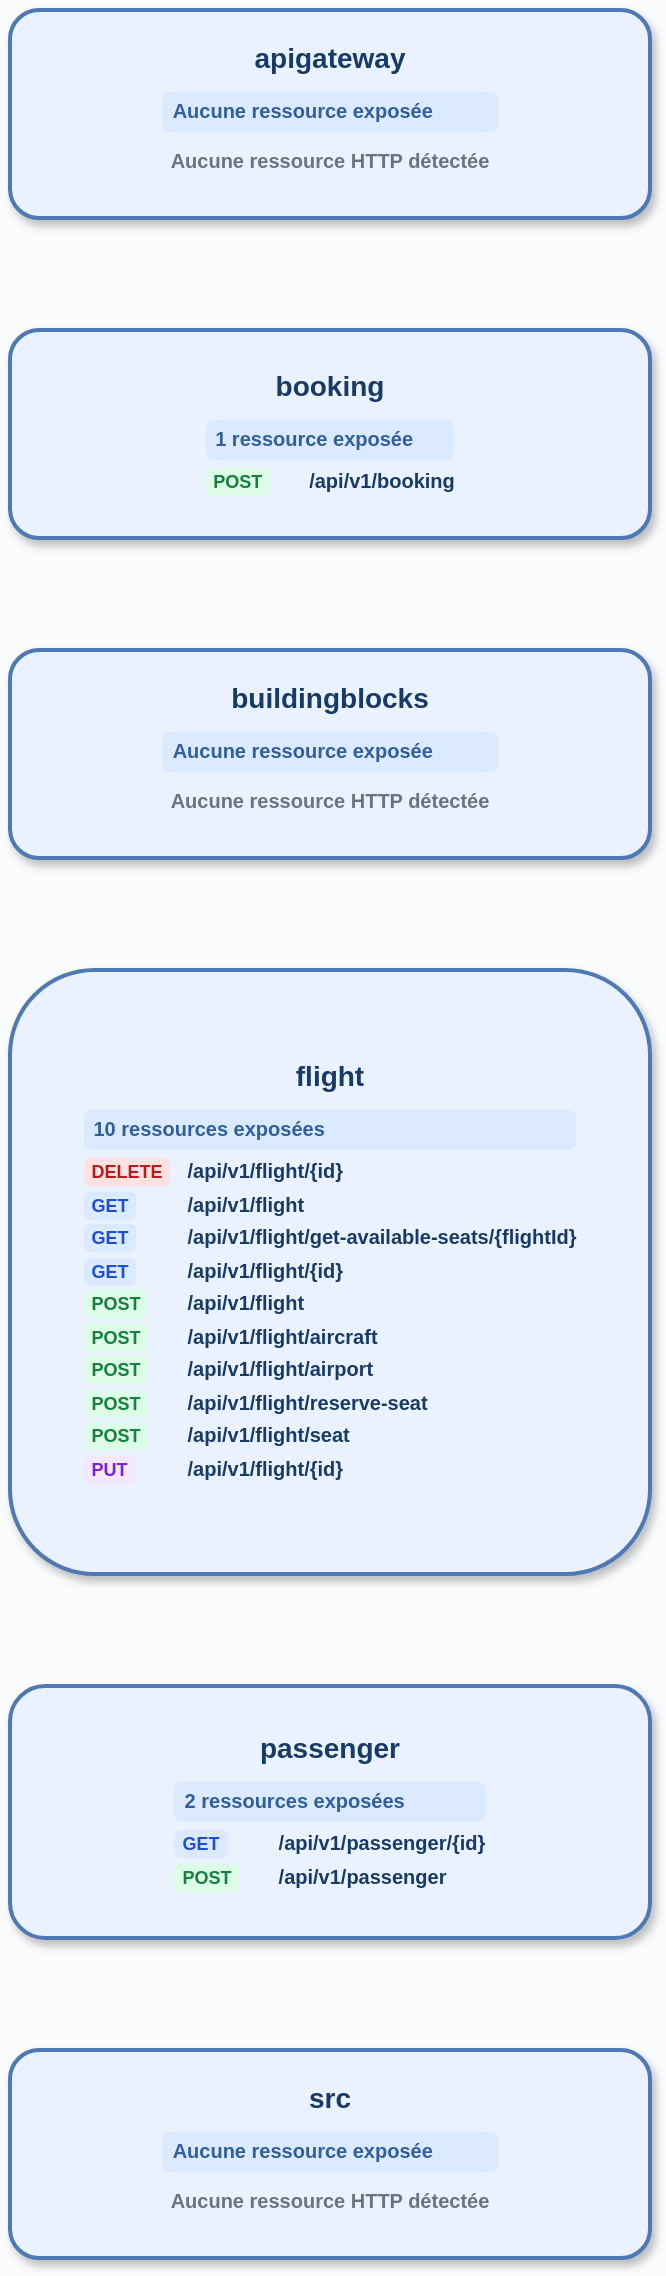
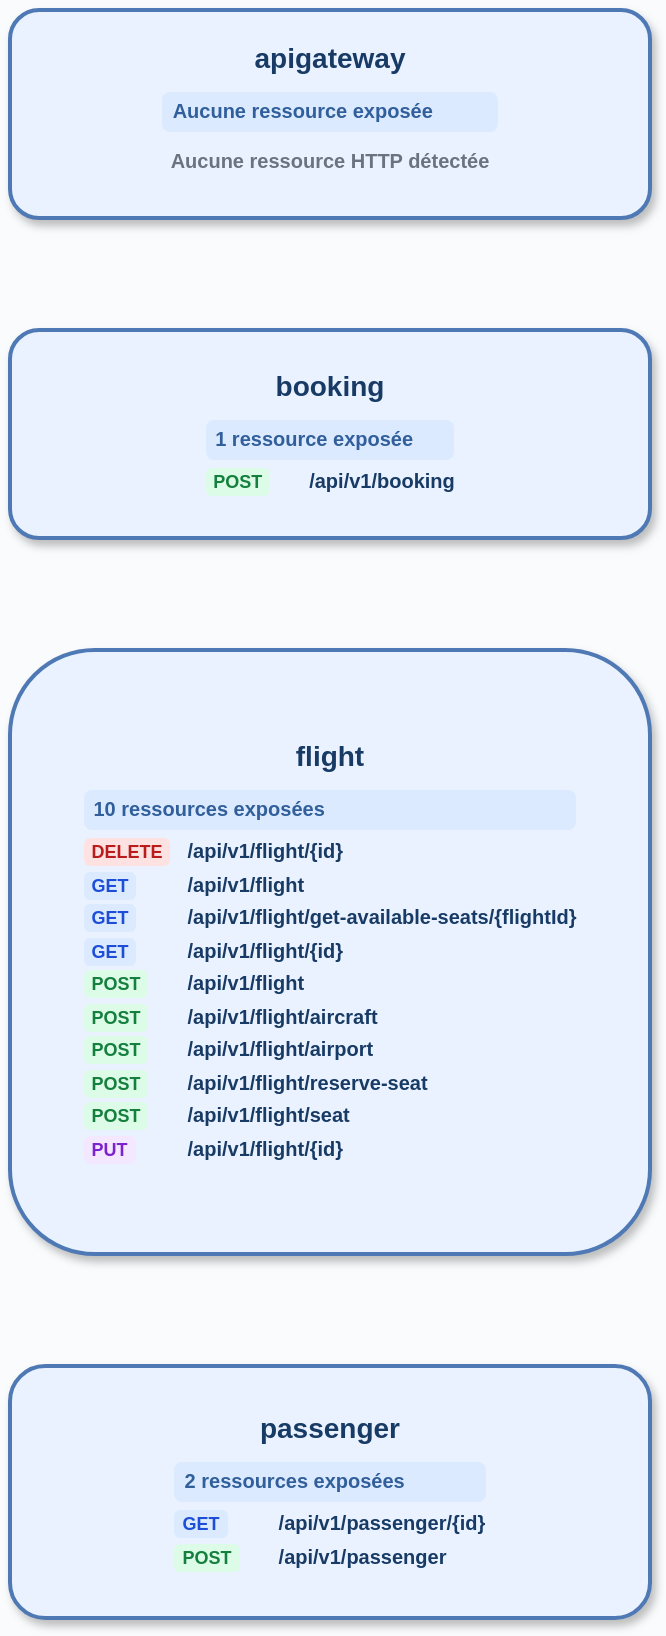
<?xml version="1.0" encoding="UTF-8"?>
<mxfile host="cccr">
  <diagram name="cccr graph" id="cccr-graph">
    <mxGraphModel dx="1200" dy="800" grid="1" gridSize="10" guides="1" tooltips="1" connect="1" arrows="1" fold="1" page="0" pageScale="1" pageWidth="1169" pageHeight="827" background="#fafbfc" math="0" shadow="0">
      <root>
        <mxCell id="0" />
        <mxCell id="1" parent="0" />
        <mxCell id="node-0" value='&lt;div style="text-align:left;line-height:1.25;"&gt;&lt;div style="text-align:center;font-size:14px;color:#183b66;"&gt;&lt;b&gt;apigateway&lt;/b&gt;&lt;/div&gt;&lt;div style="margin-top:7px;padding:4px 5px;background-color:#dbeafe;color:#315f9b;font-size:10px;font-weight:bold;border-radius:4px;"&gt;Aucune ressource exposée&lt;/div&gt;&lt;table style="width:100%;margin-top:3px;font-size:10px;border-collapse:collapse;"&gt;&lt;tr&gt;&lt;td colspan="2" style="padding:6px 4px;color:#6b7280;"&gt;Aucune ressource HTTP détectée&lt;/td&gt;&lt;/tr&gt;&lt;/table&gt;&lt;/div&gt;' style="rounded=1;arcSize=14;whiteSpace=wrap;html=1;fillColor=#eaf2ff;strokeColor=#4f79b5;strokeWidth=2;fontColor=#183b66;fontSize=14;fontStyle=1;shadow=1;spacingLeft=12;spacingRight=12;" vertex="1" parent="1"><mxGeometry x="24" y="24" width="320" height="104" as="geometry" /></mxCell>
        <mxCell id="node-1" value='&lt;div style="text-align:left;line-height:1.25;"&gt;&lt;div style="text-align:center;font-size:14px;color:#183b66;"&gt;&lt;b&gt;booking&lt;/b&gt;&lt;/div&gt;&lt;div style="margin-top:7px;padding:4px 5px;background-color:#dbeafe;color:#315f9b;font-size:10px;font-weight:bold;border-radius:4px;"&gt;1 ressource exposée&lt;/div&gt;&lt;table style="width:100%;margin-top:3px;font-size:10px;border-collapse:collapse;"&gt;&lt;tr&gt;&lt;td style="padding:2px 5px 2px 0;width:47px;"&gt;&lt;span style="background-color:#dcfce7;color:#15803d;font-weight:bold;font-size:9px;padding:2px 4px;border-radius:3px;"&gt;POST&lt;/span&gt;&lt;/td&gt;&lt;td style="padding:2px 0;color:#183b66;"&gt;/api/v1/booking&lt;/td&gt;&lt;/tr&gt;&lt;/table&gt;&lt;/div&gt;' style="rounded=1;arcSize=14;whiteSpace=wrap;html=1;fillColor=#eaf2ff;strokeColor=#4f79b5;strokeWidth=2;fontColor=#183b66;fontSize=14;fontStyle=1;shadow=1;spacingLeft=12;spacingRight=12;" vertex="1" parent="1"><mxGeometry x="24" y="184" width="320" height="104" as="geometry" /></mxCell>
-         <mxCell id="node-2" value='&lt;div style="text-align:left;line-height:1.25;"&gt;&lt;div style="text-align:center;font-size:14px;color:#183b66;"&gt;&lt;b&gt;buildingblocks&lt;/b&gt;&lt;/div&gt;&lt;div style="margin-top:7px;padding:4px 5px;background-color:#dbeafe;color:#315f9b;font-size:10px;font-weight:bold;border-radius:4px;"&gt;Aucune ressource exposée&lt;/div&gt;&lt;table style="width:100%;margin-top:3px;font-size:10px;border-collapse:collapse;"&gt;&lt;tr&gt;&lt;td colspan="2" style="padding:6px 4px;color:#6b7280;"&gt;Aucune ressource HTTP détectée&lt;/td&gt;&lt;/tr&gt;&lt;/table&gt;&lt;/div&gt;' style="rounded=1;arcSize=14;whiteSpace=wrap;html=1;fillColor=#eaf2ff;strokeColor=#4f79b5;strokeWidth=2;fontColor=#183b66;fontSize=14;fontStyle=1;shadow=1;spacingLeft=12;spacingRight=12;" vertex="1" parent="1"><mxGeometry x="24" y="344" width="320" height="104" as="geometry" /></mxCell>
-         <mxCell id="node-3" value='&lt;div style="text-align:left;line-height:1.25;"&gt;&lt;div style="text-align:center;font-size:14px;color:#183b66;"&gt;&lt;b&gt;flight&lt;/b&gt;&lt;/div&gt;&lt;div style="margin-top:7px;padding:4px 5px;background-color:#dbeafe;color:#315f9b;font-size:10px;font-weight:bold;border-radius:4px;"&gt;10 ressources exposées&lt;/div&gt;&lt;table style="width:100%;margin-top:3px;font-size:10px;border-collapse:collapse;"&gt;&lt;tr&gt;&lt;td style="padding:2px 5px 2px 0;width:47px;"&gt;&lt;span style="background-color:#fee2e2;color:#b91c1c;font-weight:bold;font-size:9px;padding:2px 4px;border-radius:3px;"&gt;DELETE&lt;/span&gt;&lt;/td&gt;&lt;td style="padding:2px 0;color:#183b66;"&gt;/api/v1/flight/{id}&lt;/td&gt;&lt;/tr&gt;&lt;tr&gt;&lt;td style="padding:2px 5px 2px 0;width:47px;"&gt;&lt;span style="background-color:#dbeafe;color:#1d4ed8;font-weight:bold;font-size:9px;padding:2px 4px;border-radius:3px;"&gt;GET&lt;/span&gt;&lt;/td&gt;&lt;td style="padding:2px 0;color:#183b66;"&gt;/api/v1/flight&lt;/td&gt;&lt;/tr&gt;&lt;tr&gt;&lt;td style="padding:2px 5px 2px 0;width:47px;"&gt;&lt;span style="background-color:#dbeafe;color:#1d4ed8;font-weight:bold;font-size:9px;padding:2px 4px;border-radius:3px;"&gt;GET&lt;/span&gt;&lt;/td&gt;&lt;td style="padding:2px 0;color:#183b66;"&gt;/api/v1/flight/get-available-seats/{flightId}&lt;/td&gt;&lt;/tr&gt;&lt;tr&gt;&lt;td style="padding:2px 5px 2px 0;width:47px;"&gt;&lt;span style="background-color:#dbeafe;color:#1d4ed8;font-weight:bold;font-size:9px;padding:2px 4px;border-radius:3px;"&gt;GET&lt;/span&gt;&lt;/td&gt;&lt;td style="padding:2px 0;color:#183b66;"&gt;/api/v1/flight/{id}&lt;/td&gt;&lt;/tr&gt;&lt;tr&gt;&lt;td style="padding:2px 5px 2px 0;width:47px;"&gt;&lt;span style="background-color:#dcfce7;color:#15803d;font-weight:bold;font-size:9px;padding:2px 4px;border-radius:3px;"&gt;POST&lt;/span&gt;&lt;/td&gt;&lt;td style="padding:2px 0;color:#183b66;"&gt;/api/v1/flight&lt;/td&gt;&lt;/tr&gt;&lt;tr&gt;&lt;td style="padding:2px 5px 2px 0;width:47px;"&gt;&lt;span style="background-color:#dcfce7;color:#15803d;font-weight:bold;font-size:9px;padding:2px 4px;border-radius:3px;"&gt;POST&lt;/span&gt;&lt;/td&gt;&lt;td style="padding:2px 0;color:#183b66;"&gt;/api/v1/flight/aircraft&lt;/td&gt;&lt;/tr&gt;&lt;tr&gt;&lt;td style="padding:2px 5px 2px 0;width:47px;"&gt;&lt;span style="background-color:#dcfce7;color:#15803d;font-weight:bold;font-size:9px;padding:2px 4px;border-radius:3px;"&gt;POST&lt;/span&gt;&lt;/td&gt;&lt;td style="padding:2px 0;color:#183b66;"&gt;/api/v1/flight/airport&lt;/td&gt;&lt;/tr&gt;&lt;tr&gt;&lt;td style="padding:2px 5px 2px 0;width:47px;"&gt;&lt;span style="background-color:#dcfce7;color:#15803d;font-weight:bold;font-size:9px;padding:2px 4px;border-radius:3px;"&gt;POST&lt;/span&gt;&lt;/td&gt;&lt;td style="padding:2px 0;color:#183b66;"&gt;/api/v1/flight/reserve-seat&lt;/td&gt;&lt;/tr&gt;&lt;tr&gt;&lt;td style="padding:2px 5px 2px 0;width:47px;"&gt;&lt;span style="background-color:#dcfce7;color:#15803d;font-weight:bold;font-size:9px;padding:2px 4px;border-radius:3px;"&gt;POST&lt;/span&gt;&lt;/td&gt;&lt;td style="padding:2px 0;color:#183b66;"&gt;/api/v1/flight/seat&lt;/td&gt;&lt;/tr&gt;&lt;tr&gt;&lt;td style="padding:2px 5px 2px 0;width:47px;"&gt;&lt;span style="background-color:#f3e8ff;color:#7e22ce;font-weight:bold;font-size:9px;padding:2px 4px;border-radius:3px;"&gt;PUT&lt;/span&gt;&lt;/td&gt;&lt;td style="padding:2px 0;color:#183b66;"&gt;/api/v1/flight/{id}&lt;/td&gt;&lt;/tr&gt;&lt;/table&gt;&lt;/div&gt;' style="rounded=1;arcSize=14;whiteSpace=wrap;html=1;fillColor=#eaf2ff;strokeColor=#4f79b5;strokeWidth=2;fontColor=#183b66;fontSize=14;fontStyle=1;shadow=1;spacingLeft=12;spacingRight=12;" vertex="1" parent="1"><mxGeometry x="24" y="504" width="320" height="302" as="geometry" /></mxCell>
-         <mxCell id="node-4" value='&lt;div style="text-align:left;line-height:1.25;"&gt;&lt;div style="text-align:center;font-size:14px;color:#183b66;"&gt;&lt;b&gt;passenger&lt;/b&gt;&lt;/div&gt;&lt;div style="margin-top:7px;padding:4px 5px;background-color:#dbeafe;color:#315f9b;font-size:10px;font-weight:bold;border-radius:4px;"&gt;2 ressources exposées&lt;/div&gt;&lt;table style="width:100%;margin-top:3px;font-size:10px;border-collapse:collapse;"&gt;&lt;tr&gt;&lt;td style="padding:2px 5px 2px 0;width:47px;"&gt;&lt;span style="background-color:#dbeafe;color:#1d4ed8;font-weight:bold;font-size:9px;padding:2px 4px;border-radius:3px;"&gt;GET&lt;/span&gt;&lt;/td&gt;&lt;td style="padding:2px 0;color:#183b66;"&gt;/api/v1/passenger/{id}&lt;/td&gt;&lt;/tr&gt;&lt;tr&gt;&lt;td style="padding:2px 5px 2px 0;width:47px;"&gt;&lt;span style="background-color:#dcfce7;color:#15803d;font-weight:bold;font-size:9px;padding:2px 4px;border-radius:3px;"&gt;POST&lt;/span&gt;&lt;/td&gt;&lt;td style="padding:2px 0;color:#183b66;"&gt;/api/v1/passenger&lt;/td&gt;&lt;/tr&gt;&lt;/table&gt;&lt;/div&gt;' style="rounded=1;arcSize=14;whiteSpace=wrap;html=1;fillColor=#eaf2ff;strokeColor=#4f79b5;strokeWidth=2;fontColor=#183b66;fontSize=14;fontStyle=1;shadow=1;spacingLeft=12;spacingRight=12;" vertex="1" parent="1"><mxGeometry x="24" y="862" width="320" height="126" as="geometry" /></mxCell>
-         <mxCell id="node-5" value='&lt;div style="text-align:left;line-height:1.25;"&gt;&lt;div style="text-align:center;font-size:14px;color:#183b66;"&gt;&lt;b&gt;src&lt;/b&gt;&lt;/div&gt;&lt;div style="margin-top:7px;padding:4px 5px;background-color:#dbeafe;color:#315f9b;font-size:10px;font-weight:bold;border-radius:4px;"&gt;Aucune ressource exposée&lt;/div&gt;&lt;table style="width:100%;margin-top:3px;font-size:10px;border-collapse:collapse;"&gt;&lt;tr&gt;&lt;td colspan="2" style="padding:6px 4px;color:#6b7280;"&gt;Aucune ressource HTTP détectée&lt;/td&gt;&lt;/tr&gt;&lt;/table&gt;&lt;/div&gt;' style="rounded=1;arcSize=14;whiteSpace=wrap;html=1;fillColor=#eaf2ff;strokeColor=#4f79b5;strokeWidth=2;fontColor=#183b66;fontSize=14;fontStyle=1;shadow=1;spacingLeft=12;spacingRight=12;" vertex="1" parent="1"><mxGeometry x="24" y="1044" width="320" height="104" as="geometry" /></mxCell>
+         <mxCell id="node-2" value='&lt;div style="text-align:left;line-height:1.25;"&gt;&lt;div style="text-align:center;font-size:14px;color:#183b66;"&gt;&lt;b&gt;flight&lt;/b&gt;&lt;/div&gt;&lt;div style="margin-top:7px;padding:4px 5px;background-color:#dbeafe;color:#315f9b;font-size:10px;font-weight:bold;border-radius:4px;"&gt;10 ressources exposées&lt;/div&gt;&lt;table style="width:100%;margin-top:3px;font-size:10px;border-collapse:collapse;"&gt;&lt;tr&gt;&lt;td style="padding:2px 5px 2px 0;width:47px;"&gt;&lt;span style="background-color:#fee2e2;color:#b91c1c;font-weight:bold;font-size:9px;padding:2px 4px;border-radius:3px;"&gt;DELETE&lt;/span&gt;&lt;/td&gt;&lt;td style="padding:2px 0;color:#183b66;"&gt;/api/v1/flight/{id}&lt;/td&gt;&lt;/tr&gt;&lt;tr&gt;&lt;td style="padding:2px 5px 2px 0;width:47px;"&gt;&lt;span style="background-color:#dbeafe;color:#1d4ed8;font-weight:bold;font-size:9px;padding:2px 4px;border-radius:3px;"&gt;GET&lt;/span&gt;&lt;/td&gt;&lt;td style="padding:2px 0;color:#183b66;"&gt;/api/v1/flight&lt;/td&gt;&lt;/tr&gt;&lt;tr&gt;&lt;td style="padding:2px 5px 2px 0;width:47px;"&gt;&lt;span style="background-color:#dbeafe;color:#1d4ed8;font-weight:bold;font-size:9px;padding:2px 4px;border-radius:3px;"&gt;GET&lt;/span&gt;&lt;/td&gt;&lt;td style="padding:2px 0;color:#183b66;"&gt;/api/v1/flight/get-available-seats/{flightId}&lt;/td&gt;&lt;/tr&gt;&lt;tr&gt;&lt;td style="padding:2px 5px 2px 0;width:47px;"&gt;&lt;span style="background-color:#dbeafe;color:#1d4ed8;font-weight:bold;font-size:9px;padding:2px 4px;border-radius:3px;"&gt;GET&lt;/span&gt;&lt;/td&gt;&lt;td style="padding:2px 0;color:#183b66;"&gt;/api/v1/flight/{id}&lt;/td&gt;&lt;/tr&gt;&lt;tr&gt;&lt;td style="padding:2px 5px 2px 0;width:47px;"&gt;&lt;span style="background-color:#dcfce7;color:#15803d;font-weight:bold;font-size:9px;padding:2px 4px;border-radius:3px;"&gt;POST&lt;/span&gt;&lt;/td&gt;&lt;td style="padding:2px 0;color:#183b66;"&gt;/api/v1/flight&lt;/td&gt;&lt;/tr&gt;&lt;tr&gt;&lt;td style="padding:2px 5px 2px 0;width:47px;"&gt;&lt;span style="background-color:#dcfce7;color:#15803d;font-weight:bold;font-size:9px;padding:2px 4px;border-radius:3px;"&gt;POST&lt;/span&gt;&lt;/td&gt;&lt;td style="padding:2px 0;color:#183b66;"&gt;/api/v1/flight/aircraft&lt;/td&gt;&lt;/tr&gt;&lt;tr&gt;&lt;td style="padding:2px 5px 2px 0;width:47px;"&gt;&lt;span style="background-color:#dcfce7;color:#15803d;font-weight:bold;font-size:9px;padding:2px 4px;border-radius:3px;"&gt;POST&lt;/span&gt;&lt;/td&gt;&lt;td style="padding:2px 0;color:#183b66;"&gt;/api/v1/flight/airport&lt;/td&gt;&lt;/tr&gt;&lt;tr&gt;&lt;td style="padding:2px 5px 2px 0;width:47px;"&gt;&lt;span style="background-color:#dcfce7;color:#15803d;font-weight:bold;font-size:9px;padding:2px 4px;border-radius:3px;"&gt;POST&lt;/span&gt;&lt;/td&gt;&lt;td style="padding:2px 0;color:#183b66;"&gt;/api/v1/flight/reserve-seat&lt;/td&gt;&lt;/tr&gt;&lt;tr&gt;&lt;td style="padding:2px 5px 2px 0;width:47px;"&gt;&lt;span style="background-color:#dcfce7;color:#15803d;font-weight:bold;font-size:9px;padding:2px 4px;border-radius:3px;"&gt;POST&lt;/span&gt;&lt;/td&gt;&lt;td style="padding:2px 0;color:#183b66;"&gt;/api/v1/flight/seat&lt;/td&gt;&lt;/tr&gt;&lt;tr&gt;&lt;td style="padding:2px 5px 2px 0;width:47px;"&gt;&lt;span style="background-color:#f3e8ff;color:#7e22ce;font-weight:bold;font-size:9px;padding:2px 4px;border-radius:3px;"&gt;PUT&lt;/span&gt;&lt;/td&gt;&lt;td style="padding:2px 0;color:#183b66;"&gt;/api/v1/flight/{id}&lt;/td&gt;&lt;/tr&gt;&lt;/table&gt;&lt;/div&gt;' style="rounded=1;arcSize=14;whiteSpace=wrap;html=1;fillColor=#eaf2ff;strokeColor=#4f79b5;strokeWidth=2;fontColor=#183b66;fontSize=14;fontStyle=1;shadow=1;spacingLeft=12;spacingRight=12;" vertex="1" parent="1"><mxGeometry x="24" y="344" width="320" height="302" as="geometry" /></mxCell>
+         <mxCell id="node-3" value='&lt;div style="text-align:left;line-height:1.25;"&gt;&lt;div style="text-align:center;font-size:14px;color:#183b66;"&gt;&lt;b&gt;passenger&lt;/b&gt;&lt;/div&gt;&lt;div style="margin-top:7px;padding:4px 5px;background-color:#dbeafe;color:#315f9b;font-size:10px;font-weight:bold;border-radius:4px;"&gt;2 ressources exposées&lt;/div&gt;&lt;table style="width:100%;margin-top:3px;font-size:10px;border-collapse:collapse;"&gt;&lt;tr&gt;&lt;td style="padding:2px 5px 2px 0;width:47px;"&gt;&lt;span style="background-color:#dbeafe;color:#1d4ed8;font-weight:bold;font-size:9px;padding:2px 4px;border-radius:3px;"&gt;GET&lt;/span&gt;&lt;/td&gt;&lt;td style="padding:2px 0;color:#183b66;"&gt;/api/v1/passenger/{id}&lt;/td&gt;&lt;/tr&gt;&lt;tr&gt;&lt;td style="padding:2px 5px 2px 0;width:47px;"&gt;&lt;span style="background-color:#dcfce7;color:#15803d;font-weight:bold;font-size:9px;padding:2px 4px;border-radius:3px;"&gt;POST&lt;/span&gt;&lt;/td&gt;&lt;td style="padding:2px 0;color:#183b66;"&gt;/api/v1/passenger&lt;/td&gt;&lt;/tr&gt;&lt;/table&gt;&lt;/div&gt;' style="rounded=1;arcSize=14;whiteSpace=wrap;html=1;fillColor=#eaf2ff;strokeColor=#4f79b5;strokeWidth=2;fontColor=#183b66;fontSize=14;fontStyle=1;shadow=1;spacingLeft=12;spacingRight=12;" vertex="1" parent="1"><mxGeometry x="24" y="702" width="320" height="126" as="geometry" /></mxCell>
      </root>
    </mxGraphModel>
  </diagram>
</mxfile>
